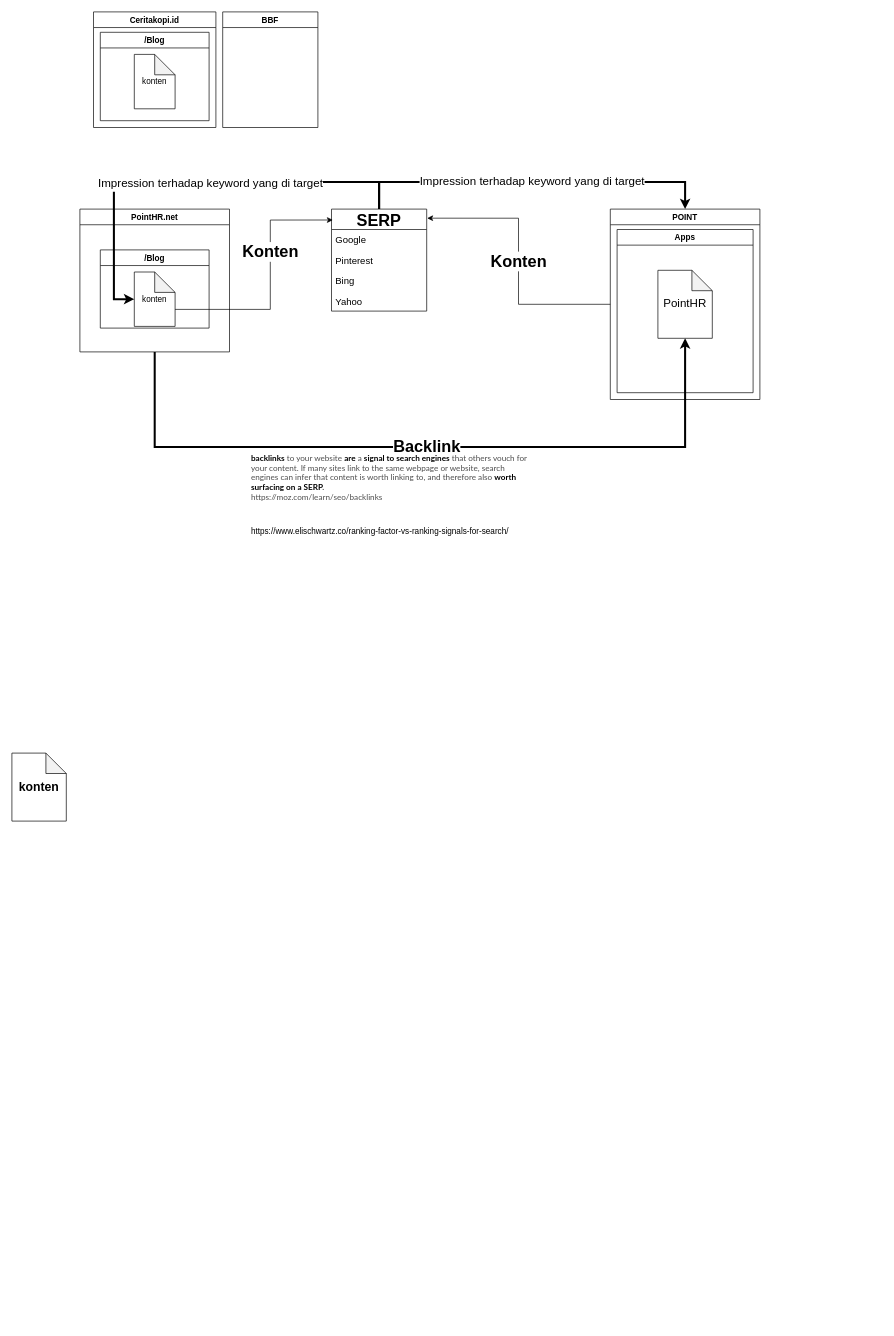
rizkiaprita/diagram keeps this draw.io diagram as Untitled Diagram.drawio. Above is the earlier version. Source tidied: cells renumbered, new cells numbered last; positions are measured from the earlier drawing's top-left corner, leaving out a move shared by most shapes. Both pictures are drawn from the tidied source at 68%, with x=0, y=0 at pixel (12, 12).
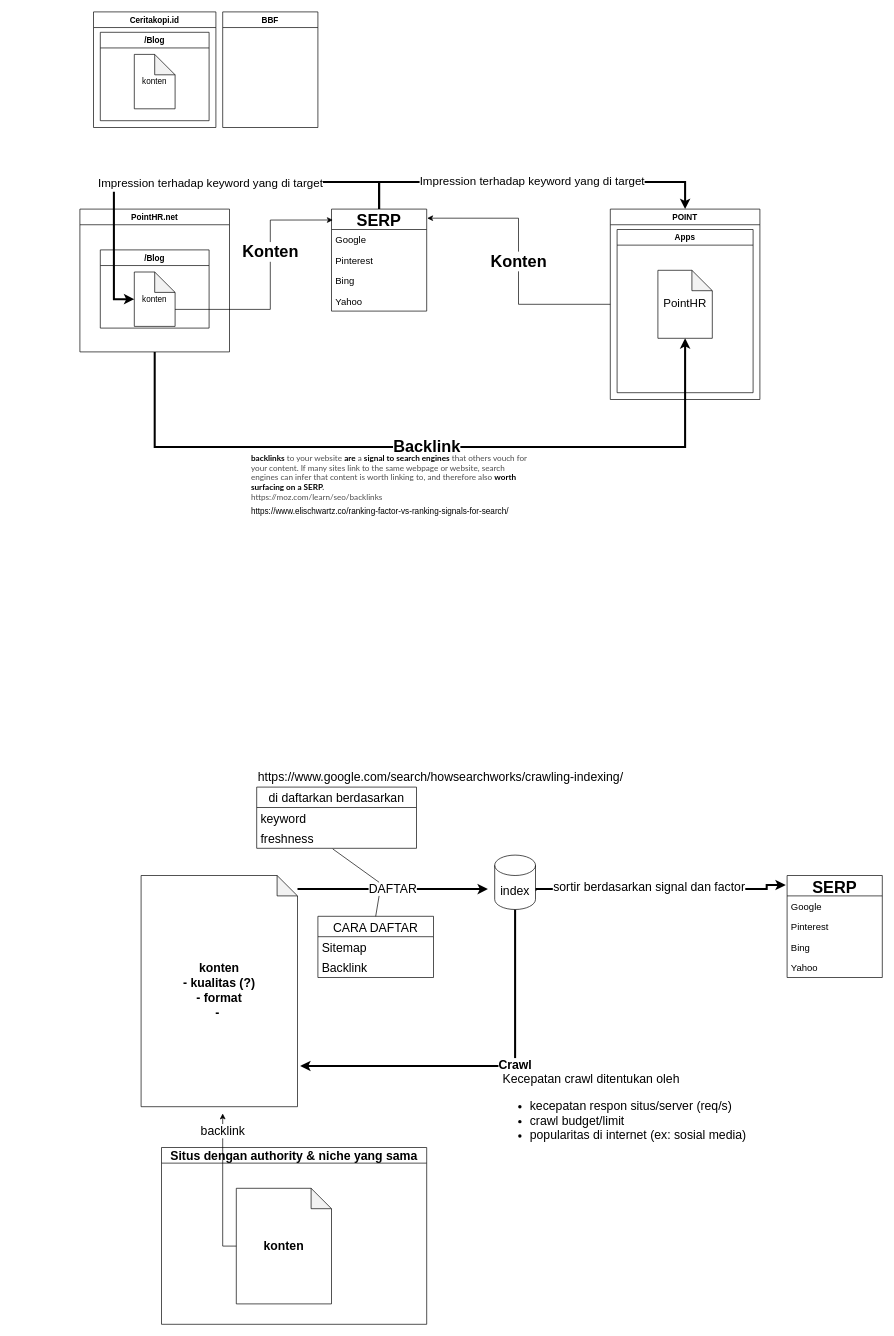
The same diagram, later.

The edit, as a diff of the source:
```diff
@@
     <mxCell id="19" value="https://www.elischwartz.co/ranking-factor-vs-ranking-signals-for-search/" style="text;html=1;strokeColor=none;fillColor=none;align=left;verticalAlign=middle;whiteSpace=wrap;rounded=0;fontSize=12;fontColor=#000000;" parent="1" vertex="1">
-      <mxGeometry x="350" y="750" width="400" height="30" as="geometry" />
+      <mxGeometry x="350" y="720" width="400" height="30" as="geometry" />
     </mxCell>
@@
+    <mxCell id="25" value="DAFTAR" style="edgeStyle=orthogonalEdgeStyle;rounded=0;jettySize=auto;html=1;fontSize=18;fontColor=#000000;strokeWidth=3;" parent="1" edge="1" source="24">
+      <mxGeometry relative="1" as="geometry">
+        <mxPoint x="700" y="1290" as="targetPoint" />
+        <Array as="points">
+          <mxPoint x="480" y="1290" />
+          <mxPoint x="480" y="1290" />
+        </Array>
+      </mxGeometry>
+    </mxCell>
-    <mxCell id="24" value="konten" style="shape=note;whiteSpace=wrap;html=1;backgroundOutline=1;darkOpacity=0.05;fontSize=18;fontColor=#000000;align=center;fontStyle=1;" parent="1" vertex="1">
-      <mxGeometry y="1090" width="80" height="100" as="geometry" />
+    <mxCell id="24" value="konten&lt;br&gt;- kualitas (?)&lt;br&gt;- format&lt;br&gt;-&amp;nbsp;" style="shape=note;whiteSpace=wrap;html=1;backgroundOutline=1;darkOpacity=0.05;fontSize=18;fontColor=#000000;align=center;fontStyle=1;" parent="1" vertex="1">
+      <mxGeometry x="190" y="1270" width="230" height="340" as="geometry" />
     </mxCell>
+    <mxCell id="26" value="&lt;b&gt;Crawl&lt;/b&gt;" style="edgeStyle=orthogonalEdgeStyle;rounded=0;jettySize=auto;html=1;entryX=1.017;entryY=0.824;entryDx=0;entryDy=0;entryPerimeter=0;fontSize=18;fontColor=#000000;strokeWidth=3;spacing=2;exitX=0.5;exitY=1;exitDx=0;exitDy=0;exitPerimeter=0;" parent="1" edge="1" source="46" target="24">
+      <mxGeometry x="-0.16" relative="1" as="geometry">
+        <Array as="points">
+          <mxPoint x="740" y="1550" />
+        </Array>
+      </mxGeometry>
+    </mxCell>
+    <mxCell id="27" value="SERP" style="swimlane;fontStyle=1;horizontal=1;startSize=30;fontSize=24;" parent="1" vertex="1">
+      <mxGeometry x="1140" y="1270" width="140" height="150" as="geometry" />
+    </mxCell>
+    <mxCell id="28" value="Google" style="text;strokeColor=none;fillColor=none;align=left;verticalAlign=middle;spacingLeft=4;spacingRight=4;overflow=hidden;fontSize=14;" parent="27" vertex="1">
+      <mxGeometry y="30" width="140" height="30" as="geometry" />
+    </mxCell>
+    <mxCell id="29" value="Pinterest" style="text;strokeColor=none;fillColor=none;align=left;verticalAlign=middle;spacingLeft=4;spacingRight=4;overflow=hidden;fontSize=14;" parent="27" vertex="1">
+      <mxGeometry y="60" width="140" height="30" as="geometry" />
+    </mxCell>
+    <mxCell id="30" value="Bing" style="text;strokeColor=none;fillColor=none;align=left;verticalAlign=middle;spacingLeft=4;spacingRight=4;overflow=hidden;fontSize=14;" parent="27" vertex="1">
+      <mxGeometry y="90" width="140" height="30" as="geometry" />
+    </mxCell>
+    <mxCell id="31" value="Yahoo" style="text;strokeColor=none;fillColor=none;align=left;verticalAlign=middle;spacingLeft=4;spacingRight=4;overflow=hidden;fontSize=14;" parent="27" vertex="1">
+      <mxGeometry y="120" width="140" height="30" as="geometry" />
+    </mxCell>
+    <mxCell id="32" value="CARA DAFTAR" style="swimlane;fontStyle=0;horizontal=1;startSize=30;fontSize=18;fontColor=#000000;align=center;" parent="1" vertex="1">
+      <mxGeometry x="450" y="1330" width="170" height="90" as="geometry" />
+    </mxCell>
+    <mxCell id="33" value="Sitemap" style="text;strokeColor=none;fillColor=none;align=left;verticalAlign=middle;spacingLeft=4;spacingRight=4;overflow=hidden;fontSize=18;fontColor=#000000;" parent="32" vertex="1">
+      <mxGeometry y="30" width="170" height="30" as="geometry" />
+    </mxCell>
+    <mxCell id="34" value="Backlink" style="text;strokeColor=none;fillColor=none;align=left;verticalAlign=middle;spacingLeft=4;spacingRight=4;overflow=hidden;fontSize=18;fontColor=#000000;" parent="32" vertex="1">
+      <mxGeometry y="60" width="170" height="30" as="geometry" />
+    </mxCell>
+    <mxCell id="35" style="endArrow=none;html=1;rounded=0;fontSize=18;fontColor=#000000;strokeWidth=1;exitX=0.5;exitY=0;exitDx=0;exitDy=0;" parent="1" edge="1" source="32">
+      <mxGeometry relative="1" as="geometry">
+        <mxPoint x="540" y="1300" as="targetPoint" />
+      </mxGeometry>
+    </mxCell>
+    <mxCell id="36" value="Situs dengan authority &amp; niche yang sama" style="swimlane;fontSize=18;fontColor=#000000;align=center;" parent="1" vertex="1">
+      <mxGeometry x="220" y="1670" width="390" height="260" as="geometry" />
+    </mxCell>
+    <mxCell id="37" value="konten" style="shape=note;whiteSpace=wrap;html=1;backgroundOutline=1;darkOpacity=0.05;fontSize=18;fontColor=#000000;align=center;fontStyle=1;" parent="36" vertex="1">
+      <mxGeometry x="110" y="60" width="140" height="170" as="geometry" />
+    </mxCell>
+    <mxCell id="38" value="backlink" style="edgeStyle=orthogonalEdgeStyle;rounded=0;jettySize=auto;html=1;fontSize=18;fontColor=#000000;strokeWidth=1;" parent="1" edge="1" source="37">
+      <mxGeometry x="0.76" relative="1" as="geometry">
+        <mxPoint x="310" y="1620" as="targetPoint" />
+      </mxGeometry>
+    </mxCell>
+    <mxCell id="39" value="di daftarkan berdasarkan" style="swimlane;fontStyle=0;horizontal=1;startSize=30;fontSize=18;fontColor=#000000;align=center;" parent="1" vertex="1">
+      <mxGeometry x="360" y="1140" width="235" height="90" as="geometry" />
+    </mxCell>
+    <mxCell id="40" value="keyword" style="text;strokeColor=none;fillColor=none;align=left;verticalAlign=middle;spacingLeft=4;spacingRight=4;overflow=hidden;fontSize=18;fontColor=#000000;" parent="39" vertex="1">
+      <mxGeometry y="30" width="235" height="30" as="geometry" />
+    </mxCell>
+    <mxCell id="41" value="freshness" style="text;strokeColor=none;fillColor=none;align=left;verticalAlign=middle;spacingLeft=4;spacingRight=4;overflow=hidden;points=[[0,0.5],[1,0.5]];portConstraint=eastwest;fontSize=18;fontColor=#000000;" parent="39" vertex="1">
+      <mxGeometry y="60" width="235" height="30" as="geometry" />
+    </mxCell>
+    <mxCell id="42" style="endArrow=none;html=1;rounded=0;fontSize=18;fontColor=#000000;strokeWidth=1;entryX=0.476;entryY=1.032;entryDx=0;entryDy=0;entryPerimeter=0;" parent="1" edge="1" target="41">
+      <mxGeometry relative="1" as="geometry">
+        <mxPoint x="540" y="1280" as="sourcePoint" />
+      </mxGeometry>
+    </mxCell>
+    <mxCell id="43" value="https://www.google.com/search/howsearchworks/crawling-indexing/" style="text;html=1;strokeColor=none;fillColor=none;align=left;verticalAlign=middle;whiteSpace=wrap;rounded=0;fontSize=18;fontColor=#000000;" parent="1" vertex="1">
+      <mxGeometry x="360" y="1110" width="550" height="30" as="geometry" />
+    </mxCell>
+    <mxCell id="44" value="Kecepatan crawl ditentukan oleh&lt;br&gt;&lt;ul&gt;&lt;li&gt;kecepatan respon situs/server (req/s)&lt;/li&gt;&lt;li&gt;crawl budget/limit&lt;/li&gt;&lt;li&gt;popularitas di internet (ex: sosial media)&lt;/li&gt;&lt;/ul&gt;" style="text;html=1;strokeColor=none;fillColor=none;align=left;verticalAlign=middle;whiteSpace=wrap;rounded=0;fontSize=18;fontColor=#000000;" parent="1" vertex="1">
+      <mxGeometry x="720" y="1560" width="390" height="120" as="geometry" />
+    </mxCell>
+    <mxCell id="45" value="sortir berdasarkan signal dan factor" style="edgeStyle=orthogonalEdgeStyle;rounded=0;jettySize=auto;html=1;fontSize=18;fontColor=#000000;strokeWidth=3;exitX=1;exitY=0;exitDx=0;exitDy=52.5;exitPerimeter=0;entryX=-0.014;entryY=0.093;entryDx=0;entryDy=0;entryPerimeter=0;" parent="1" edge="1" source="46" target="27">
+      <mxGeometry x="-0.11" y="3" relative="1" as="geometry">
+        <Array as="points">
+          <mxPoint x="770" y="1290" />
+          <mxPoint x="1110" y="1290" />
+          <mxPoint x="1110" y="1284" />
+        </Array>
+        <mxPoint x="1" as="offset" />
+      </mxGeometry>
+    </mxCell>
+    <mxCell id="46" value="index" style="shape=cylinder3;whiteSpace=wrap;html=1;boundedLbl=1;backgroundOutline=1;size=15;fontSize=18;fontColor=#000000;align=center;" parent="1" vertex="1">
+      <mxGeometry x="710" y="1240" width="60" height="80" as="geometry" />
+    </mxCell>
```
